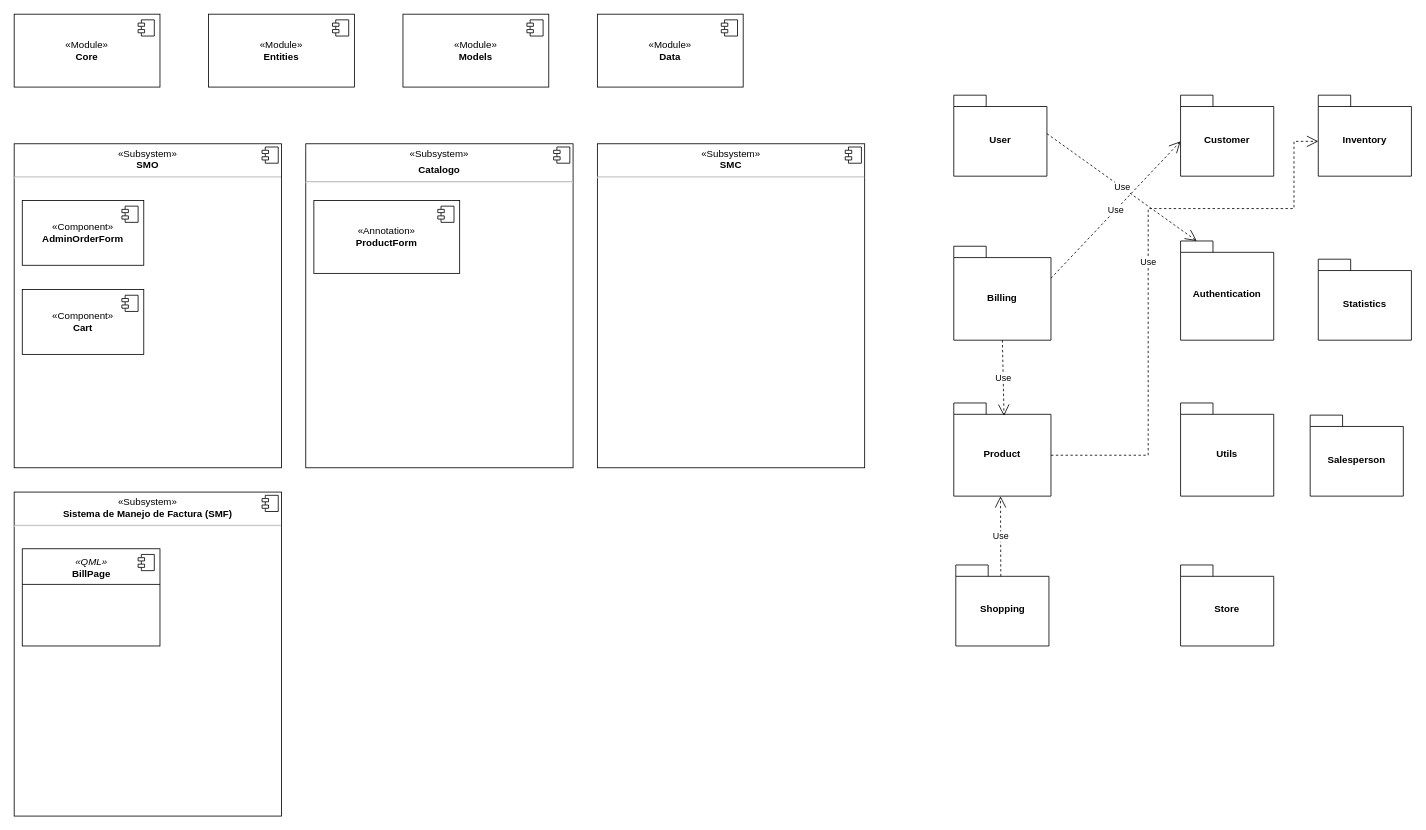
djose1164/cara keeps this draw.io diagram as architecture.drawio. Above is the earlier version. Source tidied: cells renumbered, new cells numbered last; positions are measured from the earlier drawing's top-left corner, leaving out a move shared by most shapes. Both pictures are drawn from the tidied source at 81%, with x=0, y=0 at pixel (14, 14).
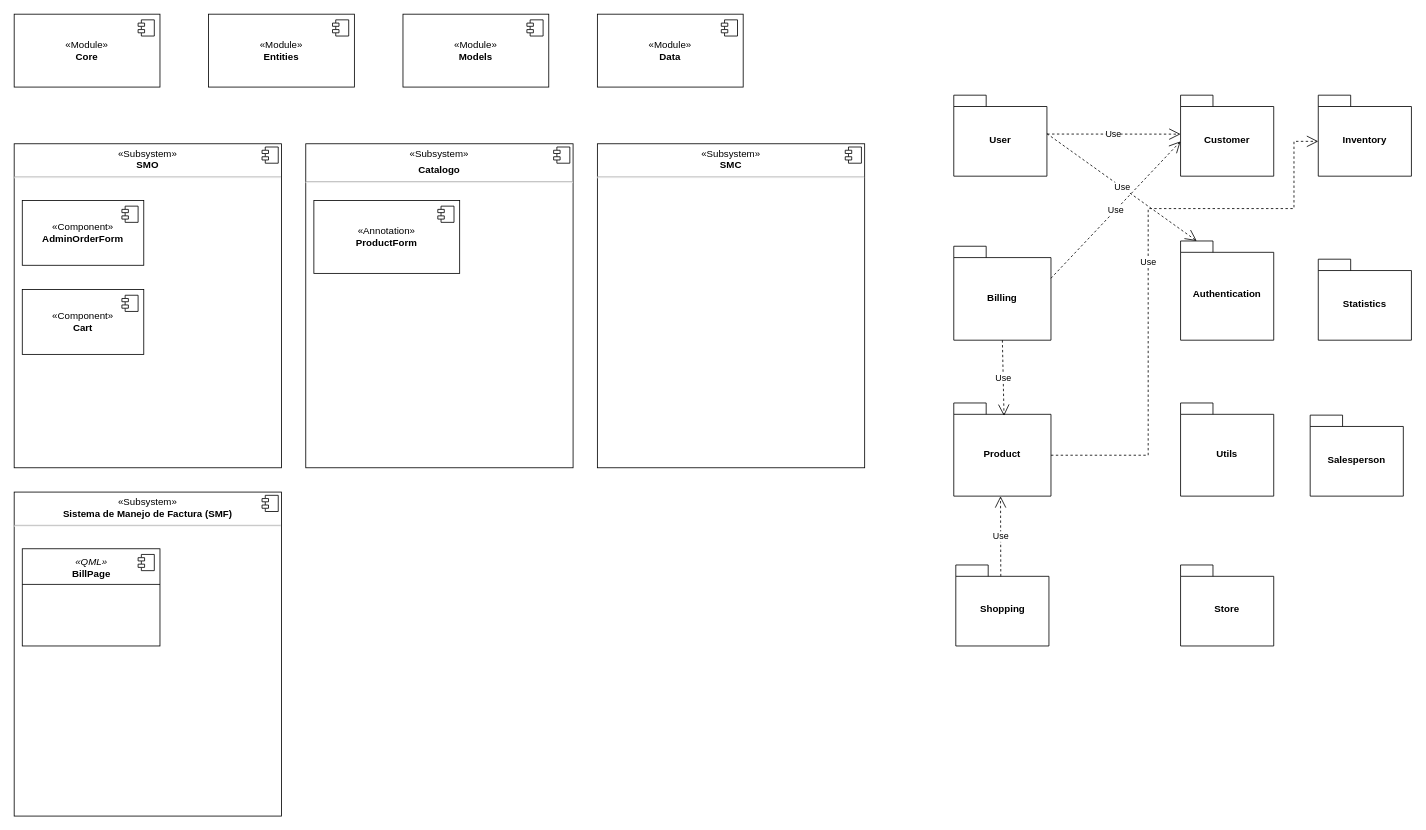
The same page after the edit.

The change refers to these unchanged cells:
```xml
<mxCell id="31" value="&lt;div&gt;User&lt;/div&gt;" style="shape=folder;fontStyle=1;spacingTop=10;tabWidth=40;tabHeight=14;tabPosition=left;html=1;whiteSpace=wrap;" parent="1" vertex="1">
  <mxGeometry x="1160" y="100" width="115" height="100" as="geometry" />
</mxCell>
<mxCell id="32" value="Customer" style="shape=folder;fontStyle=1;spacingTop=10;tabWidth=40;tabHeight=14;tabPosition=left;html=1;whiteSpace=wrap;" parent="1" vertex="1">
  <mxGeometry x="1440" y="100" width="115" height="100" as="geometry" />
</mxCell>
```

The edit, as a diff of the source:
```diff
@@
+    <mxCell id="45" value="Use" style="endArrow=open;endSize=12;dashed=1;html=1;rounded=0;exitX=1.003;exitY=0.48;exitDx=0;exitDy=0;exitPerimeter=0;entryX=0;entryY=0.481;entryDx=0;entryDy=0;entryPerimeter=0;" parent="1" edge="1" source="31" target="32">
+      <mxGeometry relative="1" as="geometry" />
+    </mxCell>
```
